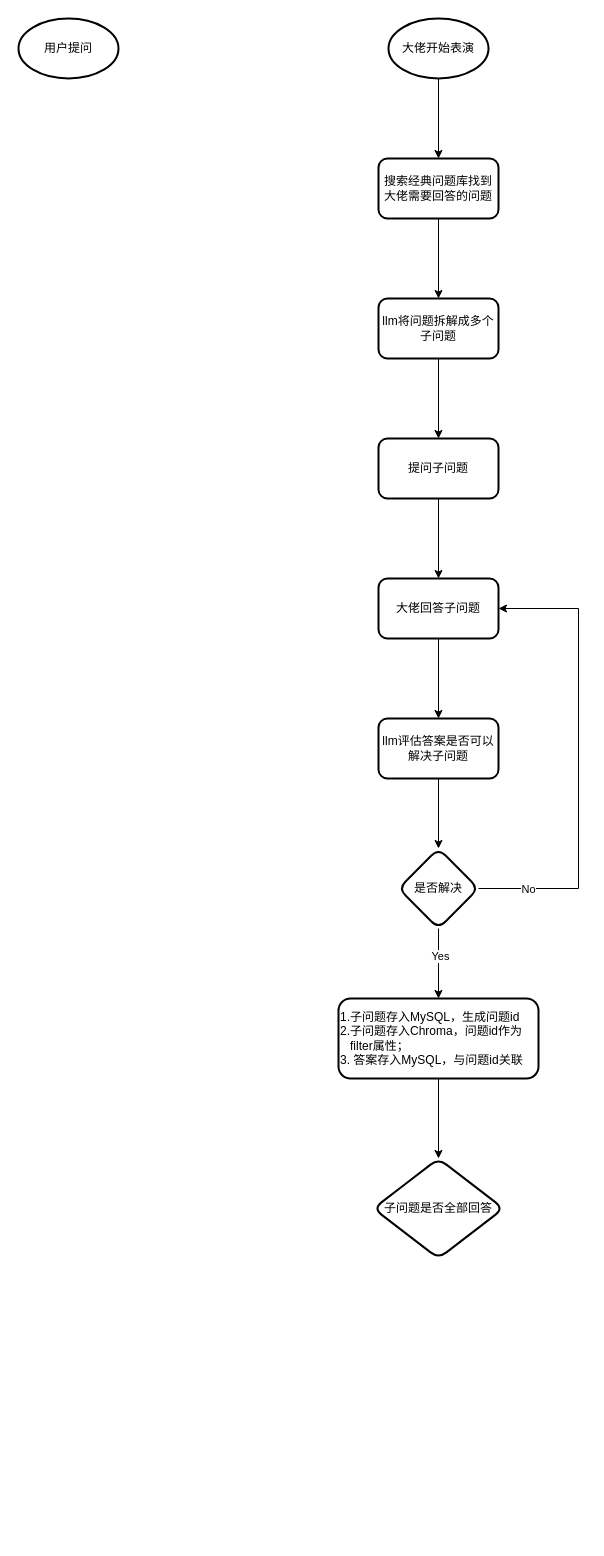
Before: cohat.drawio in deanzz/blog, a draw.io diagram. Source tidied: cells renumbered, new cells numbered last; positions are measured from the earlier drawing's top-left corner, leaving out a move shared by most shapes. Both pictures are drawn from the tidied source at 100%, with x=0, y=0 at pixel (18, 18).
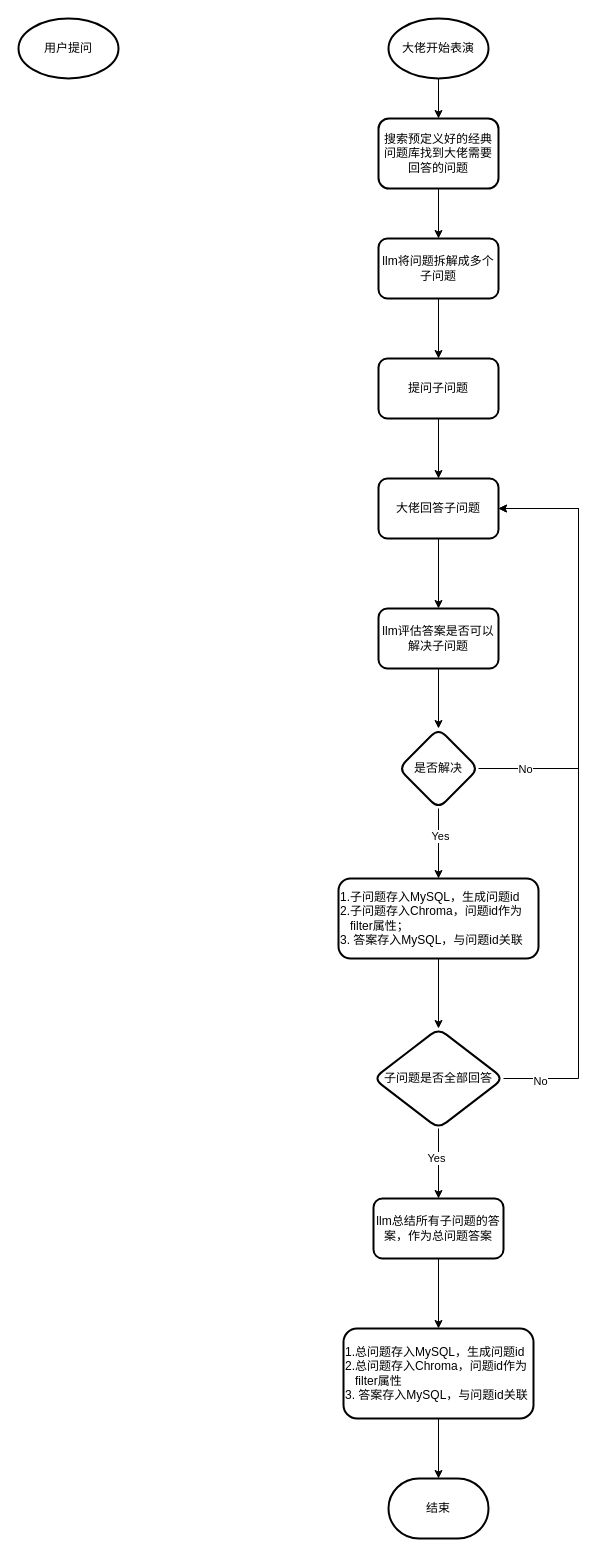
After the change.

The edit, as a diff of the source:
```diff
@@
-    <mxCell id="6" value="搜索经典问题库找到大佬需要回答的问题" style="rounded=1;whiteSpace=wrap;html=1;strokeWidth=2;" parent="1" vertex="1">
-      <mxGeometry x="360" y="140" width="120" height="60" as="geometry" />
+    <mxCell id="6" value="搜索预定义好的经典问题库找到大佬需要回答的问题" style="rounded=1;whiteSpace=wrap;html=1;strokeWidth=2;" parent="1" vertex="1">
+      <mxGeometry x="360" y="100" width="120" height="70" as="geometry" />
     </mxCell>
@@
     <mxCell id="8" value="llm将问题拆解成多个子问题" style="whiteSpace=wrap;html=1;rounded=1;strokeWidth=2;" parent="1" vertex="1">
-      <mxGeometry x="360" y="280" width="120" height="60" as="geometry" />
+      <mxGeometry x="360" y="220" width="120" height="60" as="geometry" />
     </mxCell>
@@
     <mxCell id="10" value="提问子问题" style="whiteSpace=wrap;html=1;rounded=1;strokeWidth=2;" parent="1" vertex="1">
-      <mxGeometry x="360" y="420" width="120" height="60" as="geometry" />
+      <mxGeometry x="360" y="340" width="120" height="60" as="geometry" />
     </mxCell>
@@
     <mxCell id="12" value="大佬回答子问题" style="whiteSpace=wrap;html=1;rounded=1;strokeWidth=2;" parent="1" vertex="1">
-      <mxGeometry x="360" y="560" width="120" height="60" as="geometry" />
+      <mxGeometry x="360" y="460" width="120" height="60" as="geometry" />
     </mxCell>
@@
     <mxCell id="14" value="llm评估答案是否可以解决子问题" style="whiteSpace=wrap;html=1;rounded=1;strokeWidth=2;" parent="1" vertex="1">
-      <mxGeometry x="360" y="700" width="120" height="60" as="geometry" />
+      <mxGeometry x="360" y="590" width="120" height="60" as="geometry" />
     </mxCell>
@@
     <mxCell id="17" style="edgeStyle=orthogonalEdgeStyle;rounded=0;jettySize=auto;html=1;entryX=1;entryY=0.5;entryDx=0;entryDy=0;" parent="1" edge="1" source="19" target="12">
       <mxGeometry relative="1" as="geometry">
         <Array as="points">
-          <mxPoint x="560" y="870" />
-          <mxPoint x="560" y="590" />
+          <mxPoint x="560" y="750" />
+          <mxPoint x="560" y="490" />
         </Array>
       </mxGeometry>
     </mxCell>
@@
     <mxCell id="19" value="是否解决" style="rhombus;whiteSpace=wrap;html=1;rounded=1;strokeWidth=2;" parent="1" vertex="1">
-      <mxGeometry x="380" y="830" width="80" height="80" as="geometry" />
+      <mxGeometry x="380" y="710" width="80" height="80" as="geometry" />
     </mxCell>
@@
     <mxCell id="21" value="1.子问题存入MySQL，生成问题id&lt;div&gt;2.子问题存入Chroma，问题id作为&amp;nbsp; &amp;nbsp; &amp;nbsp; &amp;nbsp;filter属性；&lt;div&gt;3. 答案存入MySQL，与问题id关联&lt;/div&gt;&lt;/div&gt;" style="whiteSpace=wrap;html=1;rounded=1;strokeWidth=2;align=left;" parent="1" vertex="1">
-      <mxGeometry x="320" y="980" width="200" height="80" as="geometry" />
+      <mxGeometry x="320" y="860" width="200" height="80" as="geometry" />
     </mxCell>
+    <mxCell id="23" style="edgeStyle=orthogonalEdgeStyle;rounded=0;jettySize=auto;html=1;" parent="1" edge="1" source="22" target="28">
+      <mxGeometry relative="1" as="geometry" />
+    </mxCell>
+    <mxCell id="24" value="Yes" style="edgeLabel;html=1;align=center;verticalAlign=middle;" parent="23" vertex="1">
+      <mxGeometry x="-0.16" y="-3" relative="1" as="geometry" />
+    </mxCell>
+    <mxCell id="25" style="edgeStyle=orthogonalEdgeStyle;rounded=0;jettySize=auto;html=1;exitX=1;exitY=0.5;exitDx=0;exitDy=0;entryX=1;entryY=0.5;entryDx=0;entryDy=0;" parent="1" edge="1" source="22" target="12">
+      <mxGeometry relative="1" as="geometry">
+        <Array as="points">
+          <mxPoint x="560" y="1060" />
+          <mxPoint x="560" y="490" />
+        </Array>
+      </mxGeometry>
+    </mxCell>
+    <mxCell id="26" value="No" style="edgeLabel;html=1;align=center;verticalAlign=middle;" parent="25" vertex="1">
+      <mxGeometry x="-0.9" y="-2" relative="1" as="geometry" />
+    </mxCell>
     <mxCell id="22" value="子问题是否全部回答" style="rhombus;whiteSpace=wrap;html=1;align=center;rounded=1;strokeWidth=2;" parent="1" vertex="1">
-      <mxGeometry x="355" y="1140" width="130" height="100" as="geometry" />
+      <mxGeometry x="355" y="1010" width="130" height="100" as="geometry" />
     </mxCell>
+    <mxCell id="27" style="edgeStyle=orthogonalEdgeStyle;rounded=0;jettySize=auto;html=1;" parent="1" edge="1" source="28" target="30">
+      <mxGeometry relative="1" as="geometry" />
+    </mxCell>
+    <mxCell id="28" value="llm总结所有子问题的答案，作为总问题答案" style="whiteSpace=wrap;html=1;rounded=1;strokeWidth=2;" parent="1" vertex="1">
+      <mxGeometry x="355" y="1180" width="130" height="60" as="geometry" />
+    </mxCell>
+    <mxCell id="29" style="edgeStyle=orthogonalEdgeStyle;rounded=0;jettySize=auto;html=1;exitX=0.5;exitY=1;exitDx=0;exitDy=0;" parent="1" edge="1" source="30" target="31">
+      <mxGeometry relative="1" as="geometry" />
+    </mxCell>
+    <mxCell id="30" value="1.总问题存入MySQL，生成问题id&lt;div&gt;2.总问题存入Chroma，问题id作为&amp;nbsp; &amp;nbsp; &amp;nbsp;filter属性&lt;/div&gt;&lt;div&gt;3. 答案存入MySQL，与问题id关联&lt;/div&gt;" style="whiteSpace=wrap;html=1;rounded=1;strokeWidth=2;align=left;" parent="1" vertex="1">
+      <mxGeometry x="325" y="1310" width="190" height="90" as="geometry" />
+    </mxCell>
+    <mxCell id="31" value="结束" style="strokeWidth=2;html=1;shape=mxgraph.flowchart.terminator;whiteSpace=wrap;" parent="1" vertex="1">
+      <mxGeometry x="370" y="1460" width="100" height="60" as="geometry" />
+    </mxCell>
```
